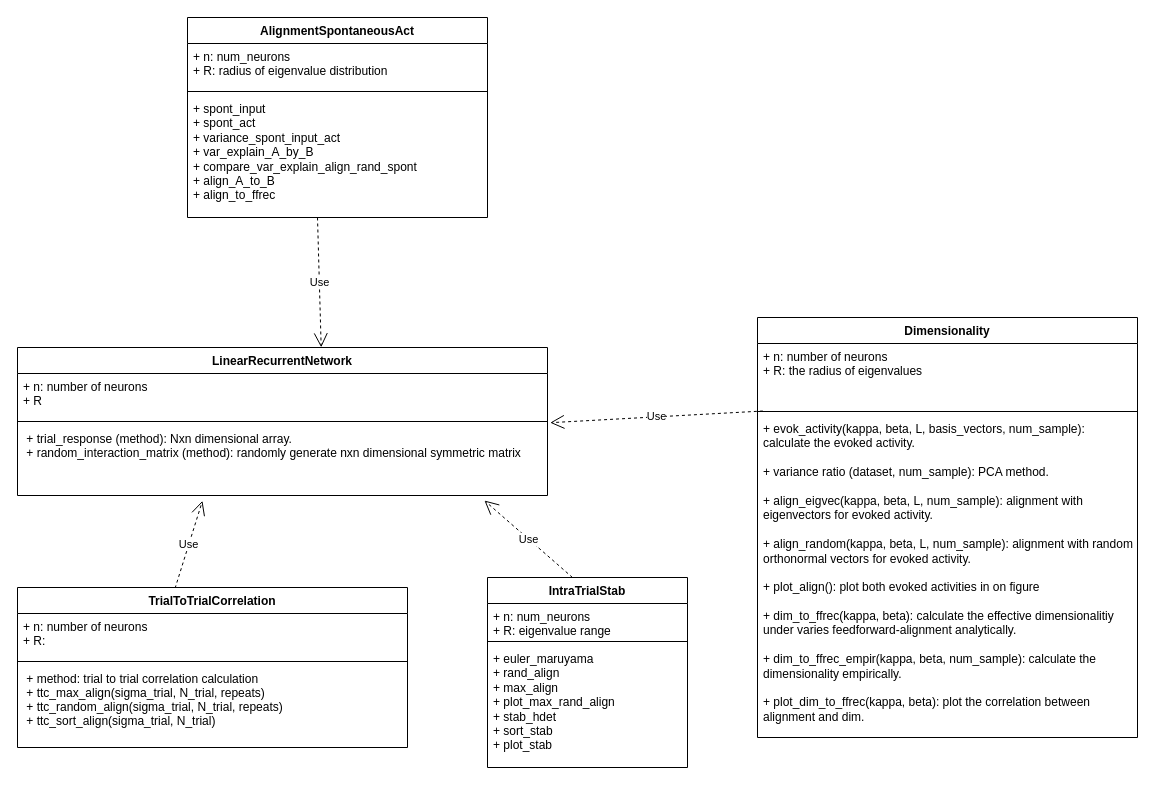
Above: 1D_RNN.drawio in rzhou-space/MA_Networks (draw.io), before the change. Source tidied: cells renumbered, new cells numbered last; positions are measured from the earlier drawing's top-left corner, leaving out a move shared by most shapes. Both pictures are drawn from the tidied source at 100%, with x=0, y=0 at pixel (17, 17).
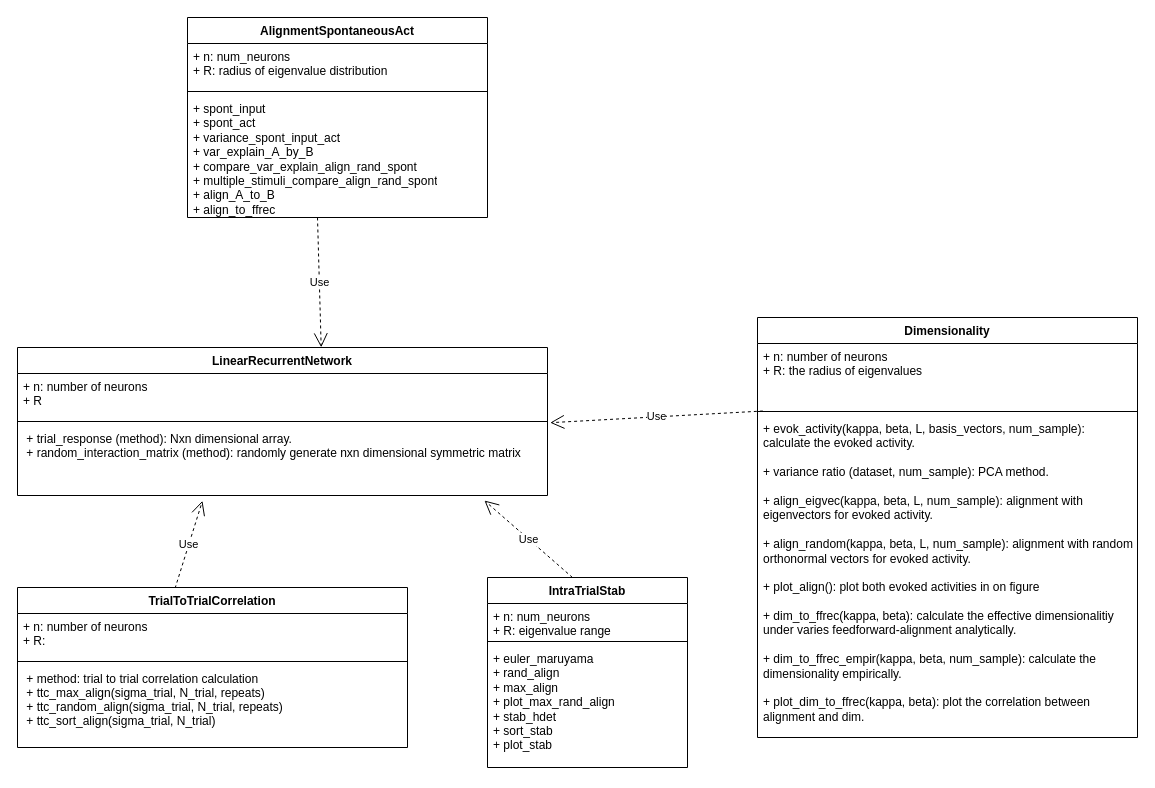
The same page after the edit.

Unchanged cells that the change refers to:
```xml
<mxCell id="21" value="AlignmentSpontaneousAct" style="swimlane;fontStyle=1;align=center;verticalAlign=top;horizontal=1;startSize=26;whiteSpace=wrap;html=1;" parent="1" vertex="1">
  <mxGeometry x="170" width="300" height="200" as="geometry" />
</mxCell>
```

What changed in the source:
```diff
@@
-    <mxCell id="24" value="+ spont_input&lt;br&gt;+ spont_act&lt;br&gt;+ variance_spont_input_act&lt;br&gt;+ var_explain_A_by_B&lt;br&gt;+ compare_var_explain_align_rand_spont&lt;br&gt;+ align_A_to_B&lt;br&gt;+ align_to_ffrec" style="text;strokeColor=none;fillColor=none;align=left;verticalAlign=top;spacingLeft=4;spacingRight=4;overflow=hidden;whiteSpace=wrap;html=1;" parent="21" vertex="1">
+    <mxCell id="24" value="+ spont_input&lt;br&gt;+ spont_act&lt;br&gt;+ variance_spont_input_act&lt;br&gt;+ var_explain_A_by_B&lt;br&gt;+ compare_var_explain_align_rand_spont&lt;br&gt;+ multiple_stimuli_compare_align_rand_spont&lt;br&gt;+ align_A_to_B&lt;br&gt;+ align_to_ffrec" style="text;strokeColor=none;fillColor=none;align=left;verticalAlign=top;spacingLeft=4;spacingRight=4;overflow=hidden;whiteSpace=wrap;html=1;" parent="21" vertex="1">
       <mxGeometry y="78" width="300" height="122" as="geometry" />
     </mxCell>
```
